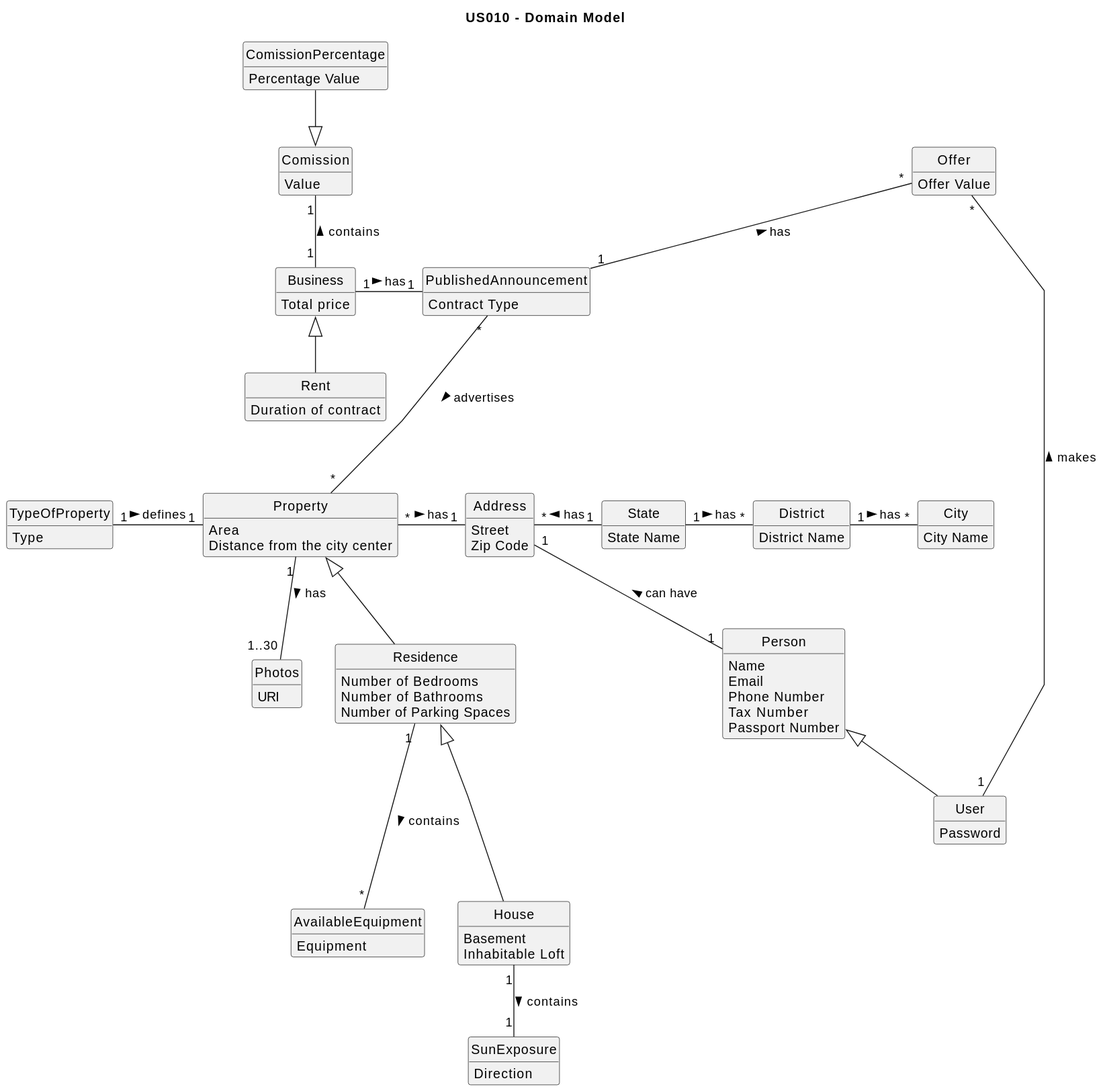
The PlantUML diagram docs/sprintD/US010/02.analysis/svg/us010-domain-model.svg in PureNimble/ISEP-LAPR2, before a commit. The source it was exported from:
```plantuml
@startuml
title US010 - Domain Model

skinparam groupInheritance 2
skinparam monochrome true
skinparam packageStyle rectangle
skinparam shadowing false
skinparam classAttributeIconSize 0
skinparam linetype polyline
hide circle
hide methods


class Address {
Street
Zip Code
}

class AvailableEquipment {
Equipment
}


class Business {
Total price
}


class City {
City Name
}

class Comission {
Value
}

class ComissionPercentage {
Percentage Value
}


class District {
District Name
}


class House {
Basement
Inhabitable Loft
}

class Person {
Name
Email
Phone Number
Tax Number
Passport Number
}

class Photos {
URI
}

class Property {
Area
Distance from the city center
}

class PublishedAnnouncement {
Contract Type

}


class Rent {
Duration of contract
}


class Residence {
Number of Bedrooms
Number of Bathrooms
Number of Parking Spaces
}


class State {
State Name
}

class SunExposure {
Direction
}

class TypeOfProperty {
Type
}

class User {
Password
}

class Offer {
Offer Value
}

Address "1" -- "1" Person : can have <

Business <|-- Rent

Comission "1" -- "1" Business : contains <
ComissionPercentage  --|> Comission

District "1" -right- "*" City : has >

House "1" -- "1" SunExposure : contains >

Offer "*" -down- "1" PublishedAnnouncement : has <

Person <|-- User
Property <|-- Residence
Property "*" -right- "1" Address : has >
Property "1" -- "1..30" Photos : has >
PublishedAnnouncement "1" -left- "1" Business : has <
PublishedAnnouncement "*" --- "*" Property: advertises >

Residence "1" --- "*" AvailableEquipment : contains >
Residence <|--- House

State "1" -right- "*" District : has >
State "1" -left- "*" Address : has >

TypeOfProperty "1" -right- "1" Property : defines >

User "1" -left- "*" Offer : makes >
@enduml
```
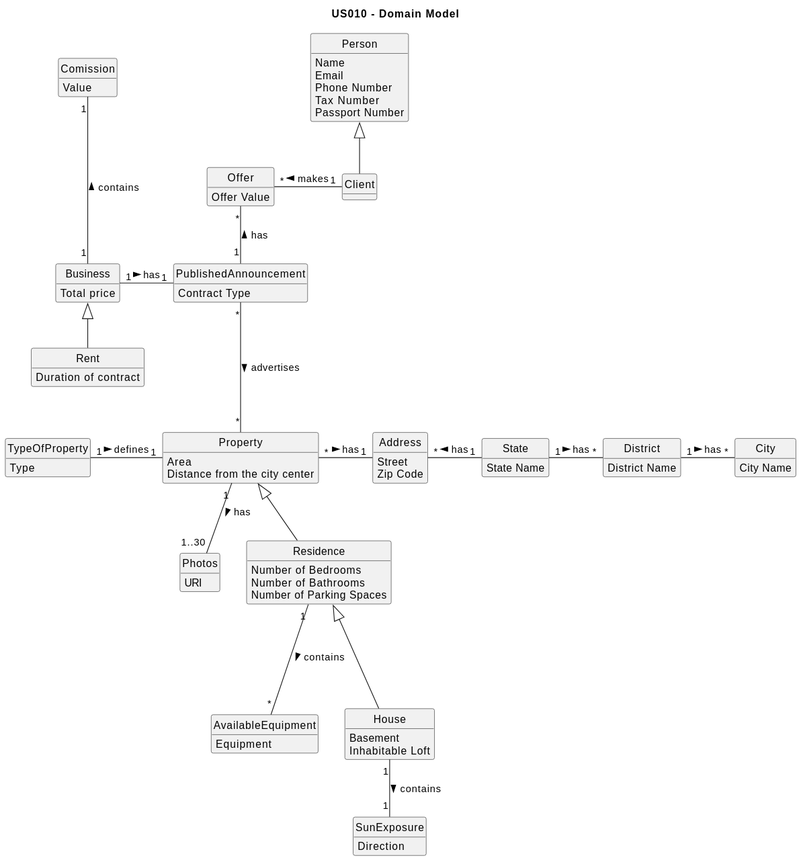
Above is the later version.

The edit, as a diff of the source:
```diff
@@ -34,9 +34,6 @@
 Value
 }
 
-class ComissionPercentage {
-Percentage Value
-}
 
 
 class District {
@@ -96,20 +93,17 @@
 Type
 }
 
-class User {
-Password
+class Client {
 }
 
 class Offer {
 Offer Value
 }
 
-Address "1" -- "1" Person : can have <
 
 Business <|-- Rent
 
-Comission "1" -- "1" Business : contains <
-ComissionPercentage  --|> Comission
+Comission "1" --- "1" Business : contains <
 
 District "1" -right- "*" City : has >
 
@@ -117,7 +111,7 @@
 
 Offer "*" -down- "1" PublishedAnnouncement : has <
 
-Person <|-- User
+Person <|-- Client
 Property <|-- Residence
 Property "*" -right- "1" Address : has >
 Property "1" -- "1..30" Photos : has >
@@ -132,5 +126,5 @@
 
 TypeOfProperty "1" -right- "1" Property : defines >
 
-User "1" -left- "*" Offer : makes >
+Client "1" -left- "*" Offer : makes >
 @enduml
```
